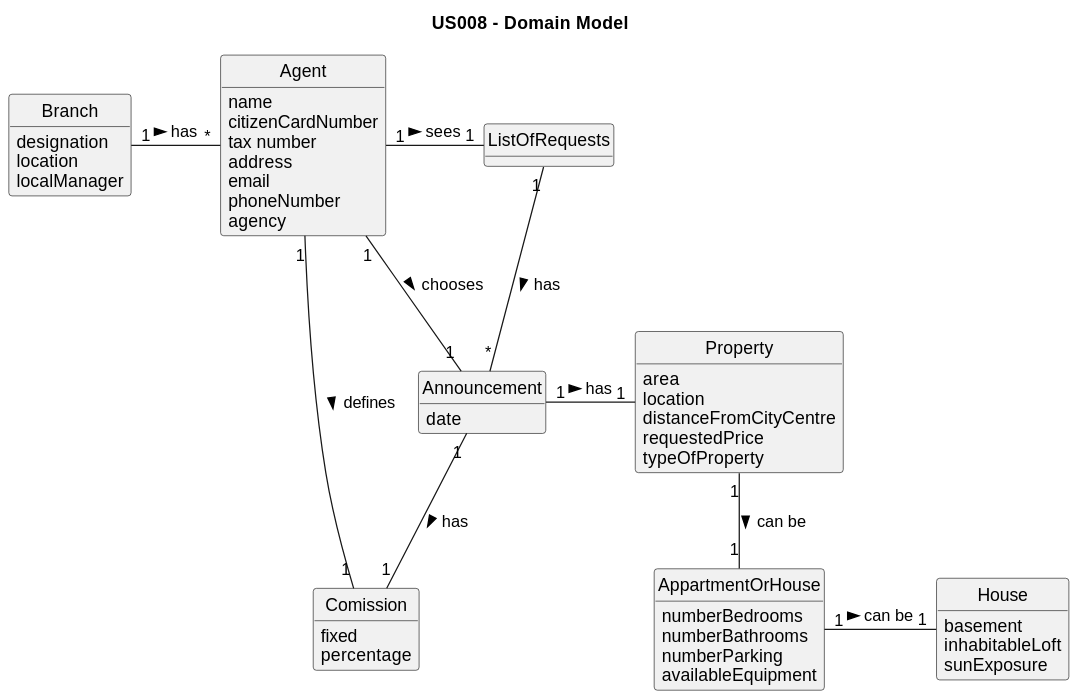
Before: docs/sprintC/us008/02.analysis/svg/us008-domain-model.svg, a diagram exported from PlantUML (1220812/LAPR2). Source of this version:
```plantuml
@startuml
skinparam monochrome true
skinparam packageStyle rectangle
skinparam shadowing false

skinparam classAttributeIconSize 0

hide circle
hide methods

title US008 - Domain Model

class Branch {
    designation
    location
    localManager
}

class Agent {
    name
    citizenCardNumber
    tax number
    address
    email
    phoneNumber
    agency
}

class Property {
    area
    location
    distanceFromCityCentre
    requestedPrice
    typeOfProperty
}

class Announcement {
    date
}

class AppartmentOrHouse {
    numberBedrooms
    numberBathrooms
    numberParking
    availableEquipment
}

class House {
    basement
    inhabitableLoft
    sunExposure
}

class Comission {
    fixed
    percentage
}

Branch "1" - "*" Agent : has >
Agent "1" - "1" ListOfRequests : sees >
ListOfRequests "1" -- "*" Announcement : has >
Announcement "1" - "1" Property : has >
Agent "1" -- "1" Announcement : chooses >
Property "1" -- "1" AppartmentOrHouse : can be >
AppartmentOrHouse "1" - "1" House : can be >
Announcement "1" -- "1" Comission : has >
Agent "1" - "1" Comission : defines >
@enduml
```
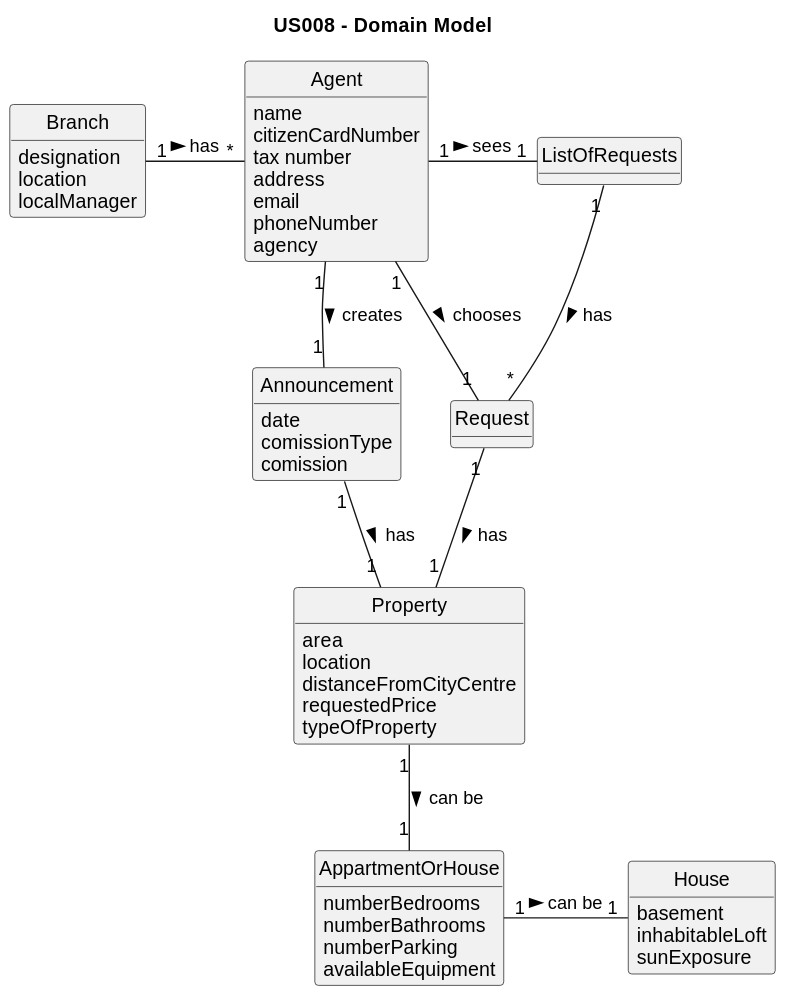
Later version of the same file.

Diff of the diagram source:
```diff
@@ -36,6 +36,8 @@
 
 class Announcement {
     date
+    comissionType
+    comission
 }
 
 class AppartmentOrHouse {
@@ -51,18 +53,15 @@
     sunExposure
 }
 
-class Comission {
-    fixed
-    percentage
-}
+class Request
 
 Branch "1" - "*" Agent : has >
 Agent "1" - "1" ListOfRequests : sees >
-ListOfRequests "1" -- "*" Announcement : has >
-Announcement "1" - "1" Property : has >
-Agent "1" -- "1" Announcement : chooses >
+ListOfRequests "1" -- "*" Request : has >
+Announcement "1" -- "1" Property : has >
+Agent "1" -- "1" Request : chooses >
 Property "1" -- "1" AppartmentOrHouse : can be >
 AppartmentOrHouse "1" - "1" House : can be >
-Announcement "1" -- "1" Comission : has >
-Agent "1" - "1" Comission : defines >
+Request "1" -- "1" Property : has >
+Agent "1" -- "1" Announcement : creates >
 @enduml
```
